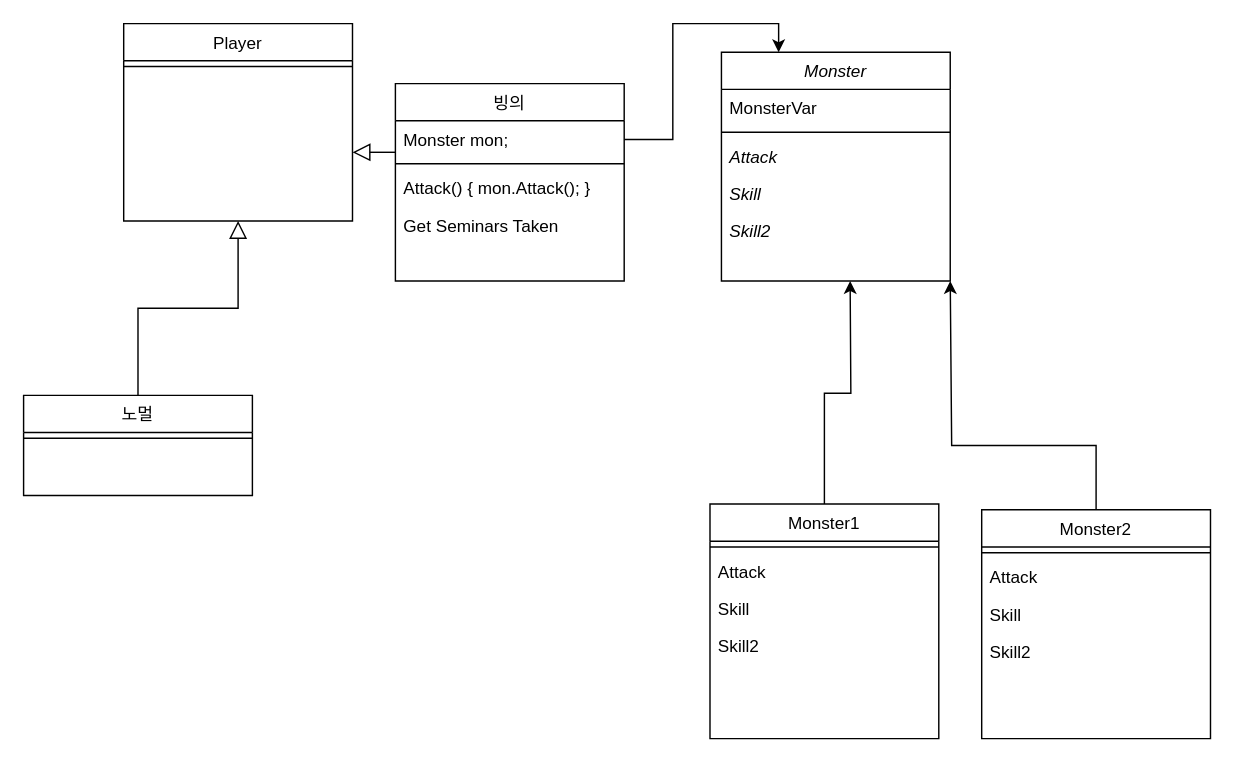
Earlier version of the draw.io diagram possess.drawio (FavorKim/Possesion). Source tidied: cells renumbered, new cells numbered last; positions are measured from the earlier drawing's top-left corner, leaving out a move shared by most shapes. Both pictures are drawn from the tidied source at 143%, with x=0, y=0 at pixel (23, 23).
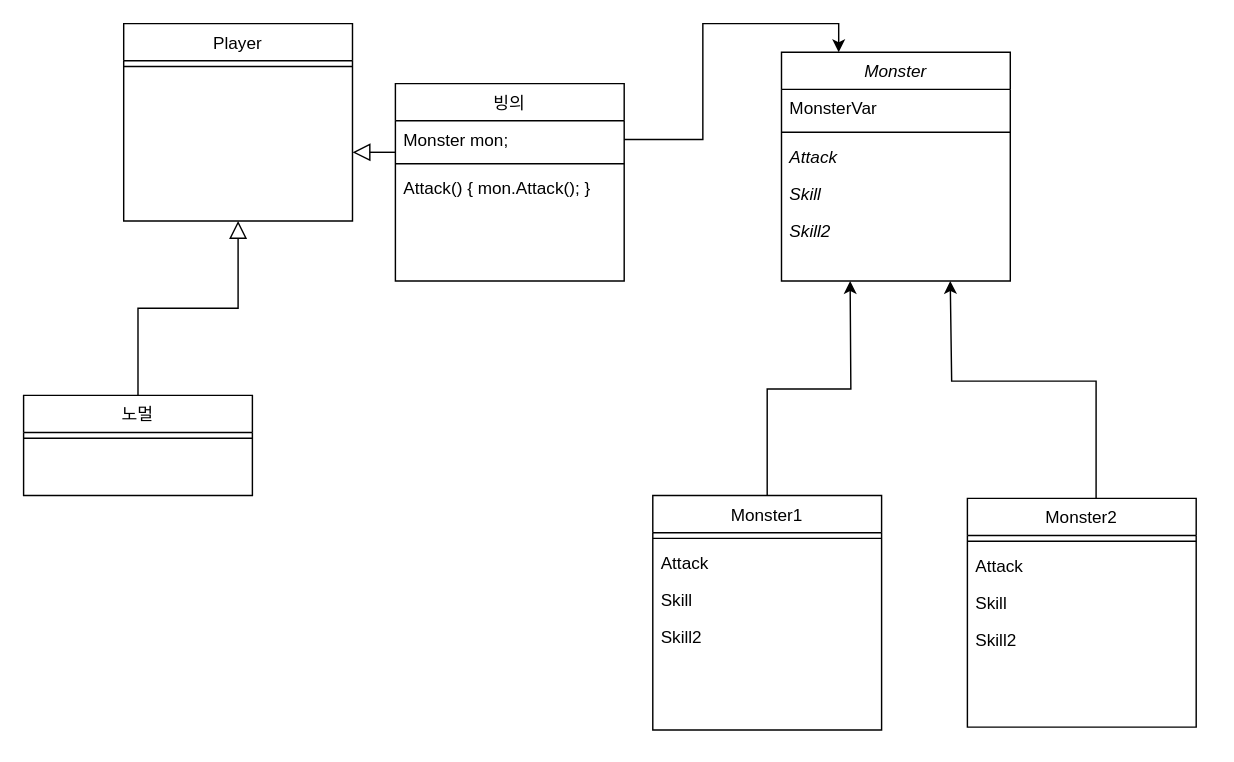
After the change.

The change refers to these unchanged cells:
```xml
<mxCell id="4" value="빙의" style="swimlane;fontStyle=0;align=center;verticalAlign=top;horizontal=1;startSize=26;rounded=0;shadow=0;strokeWidth=1;" parent="1" vertex="1">
  <mxGeometry x="260" y="42" width="160" height="138" as="geometry" />
</mxCell>
```

Change to the diagram source:
```diff
@@
-    <mxCell id="8" value="Get Seminars Taken" style="text;align=left;verticalAlign=top;spacingLeft=4;spacingRight=4;overflow=hidden;" parent="4" vertex="1">
-      <mxGeometry y="86" width="160" height="26" as="geometry" />
-    </mxCell>
@@
     <mxCell id="13" value="Monster" style="swimlane;fontStyle=2;align=center;verticalAlign=top;horizontal=1;startSize=26;rounded=0;shadow=0;strokeWidth=1;" parent="1" vertex="1">
-      <mxGeometry x="488" y="20" width="160" height="160" as="geometry" />
+      <mxGeometry x="530" y="20" width="160" height="160" as="geometry" />
     </mxCell>
@@
     <mxCell id="20" value="Monster1" style="swimlane;fontStyle=0;align=center;verticalAlign=top;horizontal=1;startSize=26;rounded=0;shadow=0;strokeWidth=1;" parent="1" vertex="1">
-      <mxGeometry x="480" y="336" width="160" height="164" as="geometry" />
+      <mxGeometry x="440" y="330" width="160" height="164" as="geometry" />
     </mxCell>
@@
     <mxCell id="26" style="edgeStyle=orthogonalEdgeStyle;rounded=0;jettySize=auto;html=1;" parent="1" edge="1" source="27">
       <mxGeometry relative="1" as="geometry">
         <mxPoint x="648" y="180" as="targetPoint" />
         <Array as="points">
-          <mxPoint x="750" y="295" />
-          <mxPoint x="649" y="295" />
+          <mxPoint x="750" y="250" />
+          <mxPoint x="649" y="250" />
         </Array>
       </mxGeometry>
     </mxCell>
     <mxCell id="27" value="Monster2" style="swimlane;fontStyle=0;align=center;verticalAlign=top;horizontal=1;startSize=26;rounded=0;shadow=0;strokeWidth=1;" parent="1" vertex="1">
-      <mxGeometry x="670" y="340" width="160" height="160" as="geometry" />
+      <mxGeometry x="660" y="332" width="160" height="160" as="geometry" />
     </mxCell>
```
